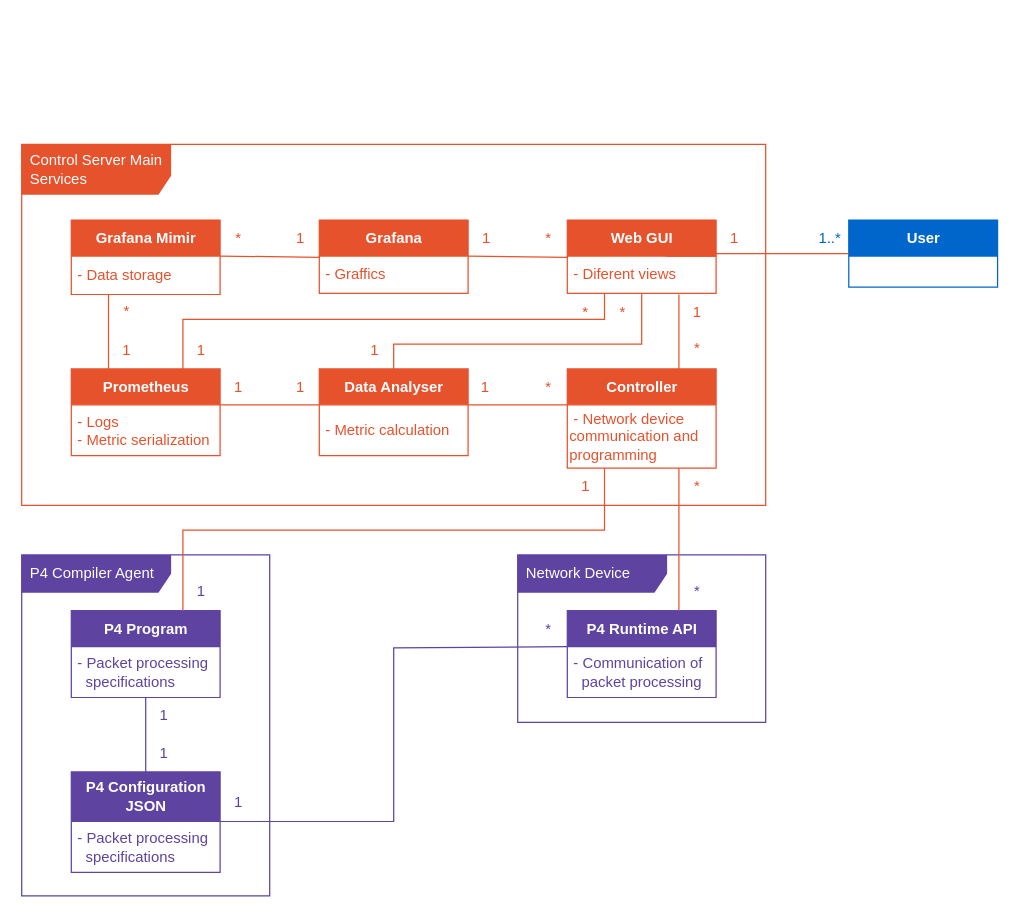
This is page "Domain Model" (4 of 6) of documentation/diagrams/diagram-models.drawio from detiuaveiro/PECI-05-2022-23, a draw.io file, before an edit. Source tidied: cells renumbered, new cells numbered last; positions are measured from the earlier drawing's top-left corner, leaving out a move shared by most shapes. Both pictures are drawn from the tidied source at 124%, with x=0, y=0 at pixel (21, 144).
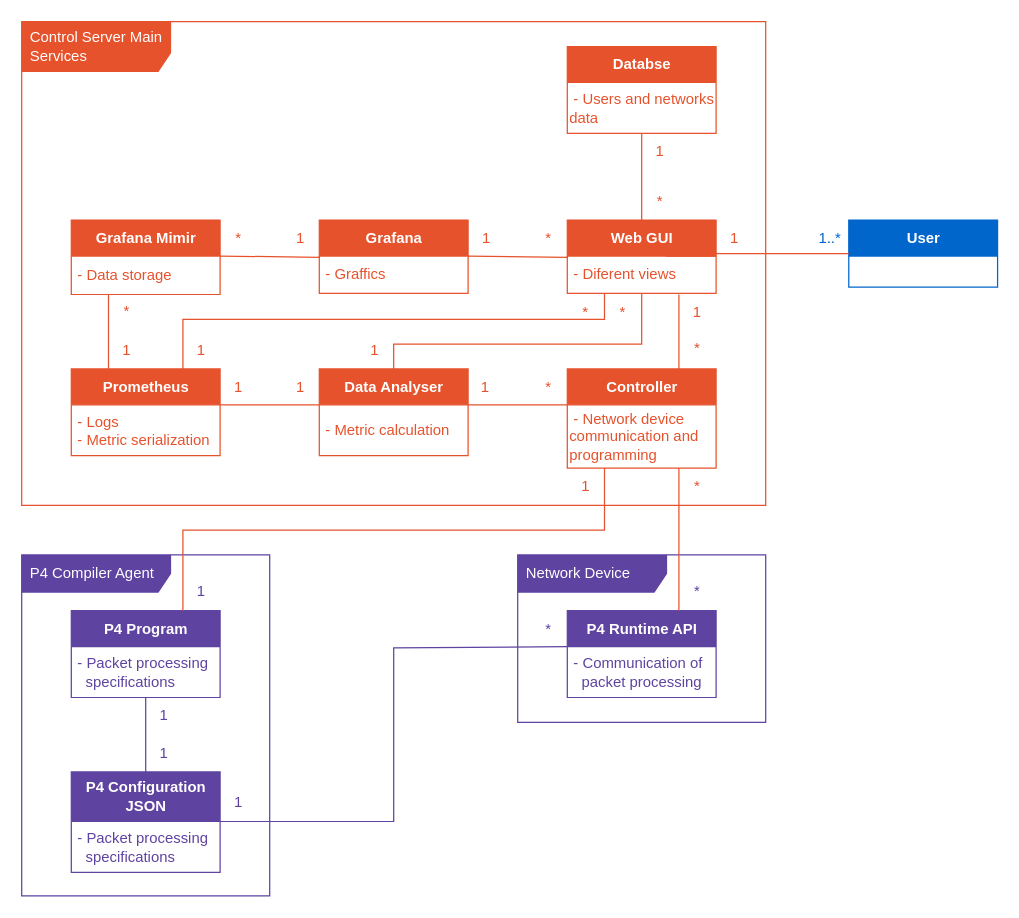
Above is the later version.

Unchanged cells that the change refers to:
```xml
<mxCell id="4" value="Web GUI" style="swimlane;fontStyle=1;align=center;verticalAlign=middle;horizontal=1;startSize=29;html=1;fillColor=#E6522C;fontColor=#FFFFFF;strokeColor=#E6522C;" parent="1" vertex="1">
  <mxGeometry x="440" y="61" width="120" height="59" as="geometry" />
</mxCell>
```

The edit, as a diff of the source:
```diff
@@
     <mxCell id="3" value="&lt;font color=&quot;#ffffff&quot;&gt;Control Server Main&lt;br&gt;Services&lt;br&gt;&lt;/font&gt;" style="shape=umlFrame;whiteSpace=wrap;html=1;width=120;height=40;boundedLbl=1;verticalAlign=middle;align=left;spacingLeft=5;fontColor=#0066CC;fillColor=#E6522C;strokeColor=#E6522C;" parent="1" vertex="1">
-      <mxGeometry width="600" height="291" as="geometry" />
+      <mxGeometry y="-99" width="600" height="390" as="geometry" />
     </mxCell>
@@
+    <mxCell id="64" value="Databse" style="swimlane;fontStyle=1;align=center;verticalAlign=middle;horizontal=1;startSize=29;html=1;fillColor=#E6522C;fontColor=#FFFFFF;strokeColor=#E6522C;" parent="1" vertex="1">
+      <mxGeometry x="440" y="-79" width="120" height="70" as="geometry" />
+    </mxCell>
+    <mxCell id="65" value="&amp;nbsp;- Users and networks data" style="text;html=1;strokeColor=none;fillColor=none;align=left;verticalAlign=middle;whiteSpace=wrap;rounded=0;fontColor=#E6522C;" parent="64" vertex="1">
+      <mxGeometry y="29" width="120" height="41" as="geometry" />
+    </mxCell>
+    <mxCell id="66" style="edgeStyle=orthogonalEdgeStyle;rounded=0;jettySize=auto;html=1;exitX=0.5;exitY=1;exitDx=0;exitDy=0;entryX=0.5;entryY=0;entryDx=0;entryDy=0;strokeColor=#E6522C;strokeWidth=1;startArrow=none;startFill=0;endArrow=none;endFill=0;" parent="1" edge="1" source="65" target="4">
+      <mxGeometry relative="1" as="geometry" />
+    </mxCell>
+    <mxCell id="67" value="1" style="text;html=1;strokeColor=none;fillColor=none;align=center;verticalAlign=middle;whiteSpace=wrap;rounded=0;fontColor=#E6522C;" parent="1" vertex="1">
+      <mxGeometry x="500" y="-9" width="30" height="30" as="geometry" />
+    </mxCell>
+    <mxCell id="68" value="*" style="text;html=1;strokeColor=none;fillColor=none;align=center;verticalAlign=middle;whiteSpace=wrap;rounded=0;fontColor=#E6522C;" parent="1" vertex="1">
+      <mxGeometry x="500" y="31" width="30" height="30" as="geometry" />
+    </mxCell>
```
